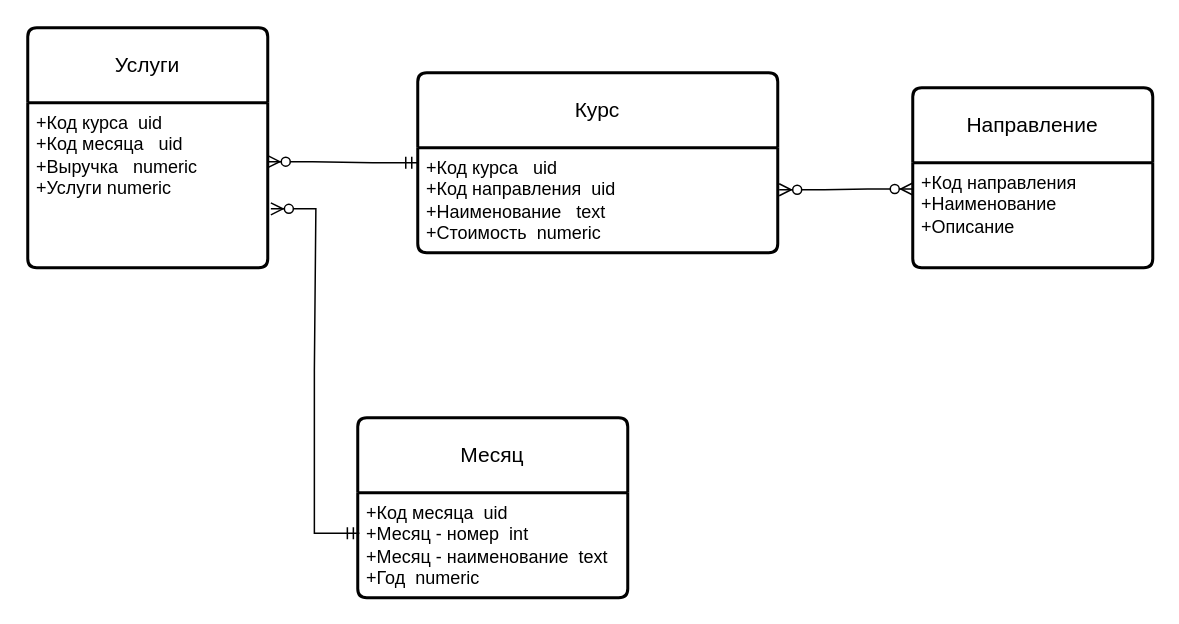
This is components/Final - datamart layer.drawio from vgnevyshev/dwh, a draw.io file, before an edit. Source tidied: cells renumbered, new cells numbered last; positions are measured from the earlier drawing's top-left corner, leaving out a move shared by most shapes. Both pictures are drawn from the tidied source at 150%, with x=0, y=0 at pixel (27, 27).
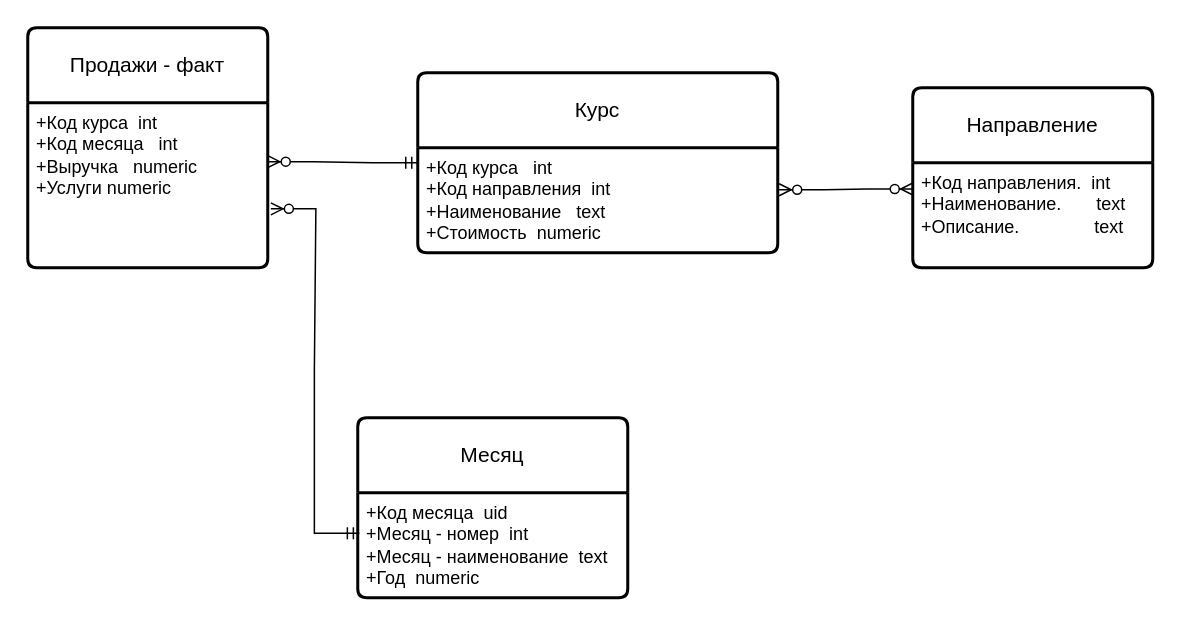
The same diagram, later.

Diff of the diagram source:
```diff
@@
 <mxGraphModel>
   <root>
     <mxCell id="0" />
     <mxCell id="1" parent="0" />
-    <mxCell id="2" value="Услуги" style="swimlane;horizontal=1;startSize=50;rounded=1;fontSize=14;fontStyle=0;strokeWidth=2;shadow=0;dashed=0;align=center;arcSize=4;whiteSpace=wrap;html=1;" parent="1" vertex="1">
+    <mxCell id="2" value="Продажи - факт" style="swimlane;horizontal=1;startSize=50;rounded=1;fontSize=14;fontStyle=0;strokeWidth=2;shadow=0;dashed=0;align=center;arcSize=4;whiteSpace=wrap;html=1;" parent="1" vertex="1">
       <mxGeometry width="160" height="160" as="geometry" />
     </mxCell>
-    <mxCell id="3" value="+Код курса&amp;nbsp; uid&lt;br&gt;+Код месяца&amp;nbsp; &amp;nbsp;uid&lt;br&gt;+Выручка&amp;nbsp; &amp;nbsp;numeric&lt;br&gt;+Услуги numeric" style="align=left;strokeColor=none;fillColor=none;spacingLeft=4;fontSize=12;verticalAlign=top;html=1;" parent="2" vertex="1">
+    <mxCell id="3" value="+Код курса&amp;nbsp; int&lt;br&gt;+Код месяца&amp;nbsp; &amp;nbsp;int&lt;br&gt;+Выручка&amp;nbsp; &amp;nbsp;numeric&lt;br&gt;+Услуги numeric" style="align=left;strokeColor=none;fillColor=none;spacingLeft=4;fontSize=12;verticalAlign=top;html=1;" parent="2" vertex="1">
       <mxGeometry y="50" width="160" height="110" as="geometry" />
     </mxCell>
     <mxCell id="4" value="Курс" style="swimlane;horizontal=1;startSize=50;rounded=1;fontSize=14;fontStyle=0;strokeWidth=2;shadow=0;dashed=0;align=center;arcSize=4;whiteSpace=wrap;html=1;" parent="1" vertex="1">
       <mxGeometry x="260" y="30" width="240" height="120" as="geometry" />
     </mxCell>
-    <mxCell id="5" value="+Код курса&amp;nbsp; &amp;nbsp;uid&lt;br&gt;+Код направления&amp;nbsp; uid&lt;br&gt;+Наименование&amp;nbsp; &amp;nbsp;text&lt;br&gt;+Стоимость&amp;nbsp; numeric" style="align=left;strokeColor=none;fillColor=none;spacingLeft=4;fontSize=12;verticalAlign=top;html=1;" parent="4" vertex="1">
+    <mxCell id="5" value="+Код курса&amp;nbsp; &amp;nbsp;int&lt;br&gt;+Код направления&amp;nbsp; int&lt;br&gt;+Наименование&amp;nbsp; &amp;nbsp;text&lt;br&gt;+Стоимость&amp;nbsp; numeric" style="align=left;strokeColor=none;fillColor=none;spacingLeft=4;fontSize=12;verticalAlign=top;html=1;" parent="4" vertex="1">
       <mxGeometry y="50" width="240" height="70" as="geometry" />
     </mxCell>
     <mxCell id="6" value="Месяц" style="swimlane;horizontal=1;startSize=50;rounded=1;fontSize=14;fontStyle=0;strokeWidth=2;shadow=0;dashed=0;align=center;arcSize=4;whiteSpace=wrap;html=1;" parent="1" vertex="1">
       <mxGeometry x="220" y="260" width="180" height="120" as="geometry" />
     </mxCell>
     <mxCell id="7" value="+Код месяца&amp;nbsp; uid&lt;br&gt;+Месяц - номер&amp;nbsp; int&lt;br&gt;+Месяц - наименование&amp;nbsp; text&lt;br&gt;+Год&amp;nbsp; numeric" style="align=left;strokeColor=none;fillColor=none;spacingLeft=4;fontSize=12;verticalAlign=top;html=1;" parent="6" vertex="1">
       <mxGeometry y="50" width="180" height="70" as="geometry" />
     </mxCell>
     <mxCell id="8" value="Направление" style="swimlane;horizontal=1;startSize=50;rounded=1;fontSize=14;fontStyle=0;strokeWidth=2;shadow=0;dashed=0;align=center;arcSize=4;whiteSpace=wrap;html=1;" parent="1" vertex="1">
       <mxGeometry x="590" y="40" width="160" height="120" as="geometry" />
     </mxCell>
-    <mxCell id="9" value="+Код направления&lt;br&gt;+Наименование&lt;br&gt;+Описание" style="align=left;strokeColor=none;fillColor=none;spacingLeft=4;fontSize=12;verticalAlign=top;html=1;" parent="8" vertex="1">
+    <mxCell id="9" value="+Код направления.&amp;nbsp; int&lt;br&gt;+Наименование.&amp;nbsp; &amp;nbsp; &amp;nbsp; &amp;nbsp;text&lt;br&gt;+Описание.&amp;nbsp; &amp;nbsp; &amp;nbsp; &amp;nbsp; &amp;nbsp; &amp;nbsp; &amp;nbsp; &amp;nbsp;text" style="align=left;strokeColor=none;fillColor=none;spacingLeft=4;fontSize=12;verticalAlign=top;html=1;" parent="8" vertex="1">
       <mxGeometry y="50" width="160" height="70" as="geometry" />
     </mxCell>
     <mxCell id="10" style="edgeStyle=entityRelationEdgeStyle;fontSize=12;html=1;endArrow=ERzeroToMany;startArrow=ERmandOne;rounded=0;entryX=1;entryY=0.357;entryDx=0;entryDy=0;entryPerimeter=0;exitX=0;exitY=0.5;exitDx=0;exitDy=0;" parent="1" edge="1" source="4" target="3">
       <mxGeometry relative="1" as="geometry" />
     </mxCell>
     <mxCell id="11" style="edgeStyle=entityRelationEdgeStyle;fontSize=12;html=1;endArrow=ERzeroToMany;startArrow=ERmandOne;rounded=0;exitX=0.006;exitY=0.386;exitDx=0;exitDy=0;exitPerimeter=0;entryX=1.013;entryY=0.643;entryDx=0;entryDy=0;entryPerimeter=0;" parent="1" edge="1" source="7" target="3">
       <mxGeometry relative="1" as="geometry" />
     </mxCell>
     <mxCell id="12" style="edgeStyle=entityRelationEdgeStyle;fontSize=12;html=1;endArrow=ERzeroToMany;endFill=1;startArrow=ERzeroToMany;rounded=0;entryX=0;entryY=0.25;entryDx=0;entryDy=0;exitX=1.004;exitY=0.4;exitDx=0;exitDy=0;exitPerimeter=0;" parent="1" edge="1" source="5" target="9">
       <mxGeometry relative="1" as="geometry" />
     </mxCell>
   </root>
 </mxGraphModel>
```
